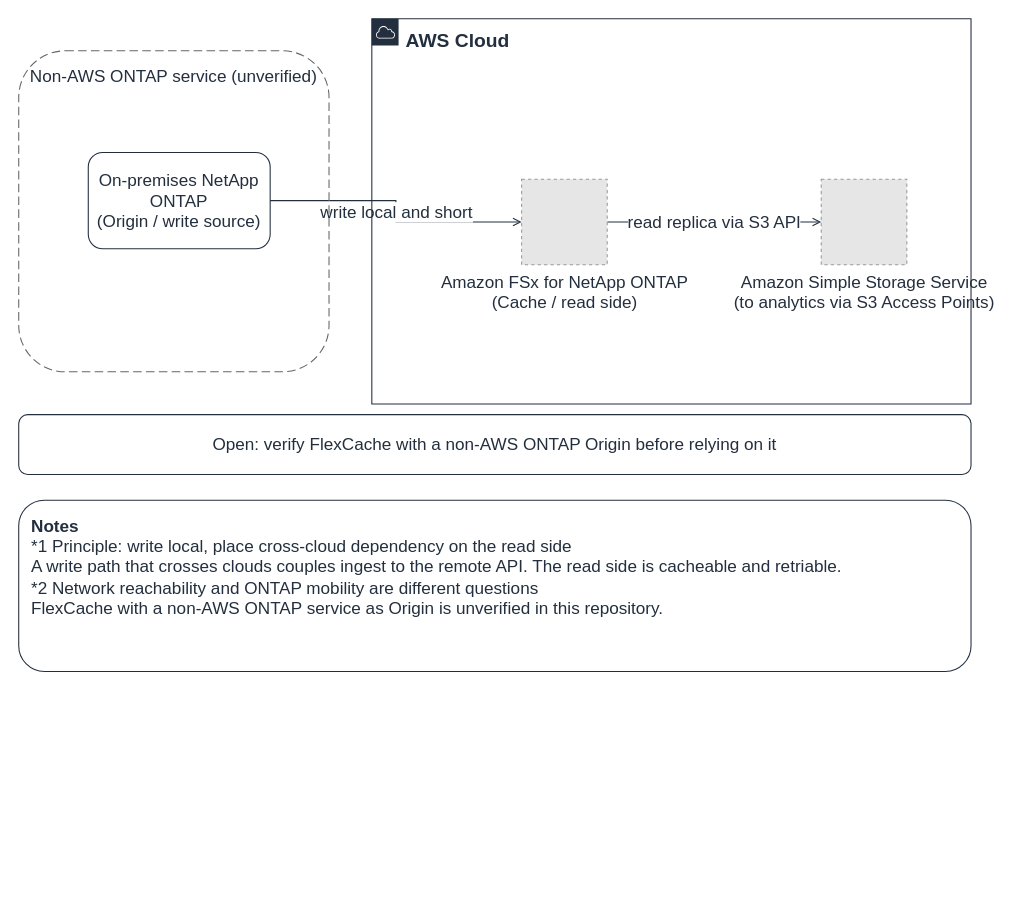
The draw.io diagram docs/_assets/diagrams/ai-hpc-cross-cloud-mobility-en.drawio in Yoshiki0705/FSx-for-ONTAP-Adoption-Playbook, before the edit. Source tidied: cells renumbered, new cells numbered last; positions are measured from the earlier drawing's top-left corner, leaving out a move shared by most shapes. Both pictures are drawn from the tidied source at 107%, with x=0, y=0 at pixel (18, 18). Pictures stored in the file or linked from it are replaced by grey dashed boxes.
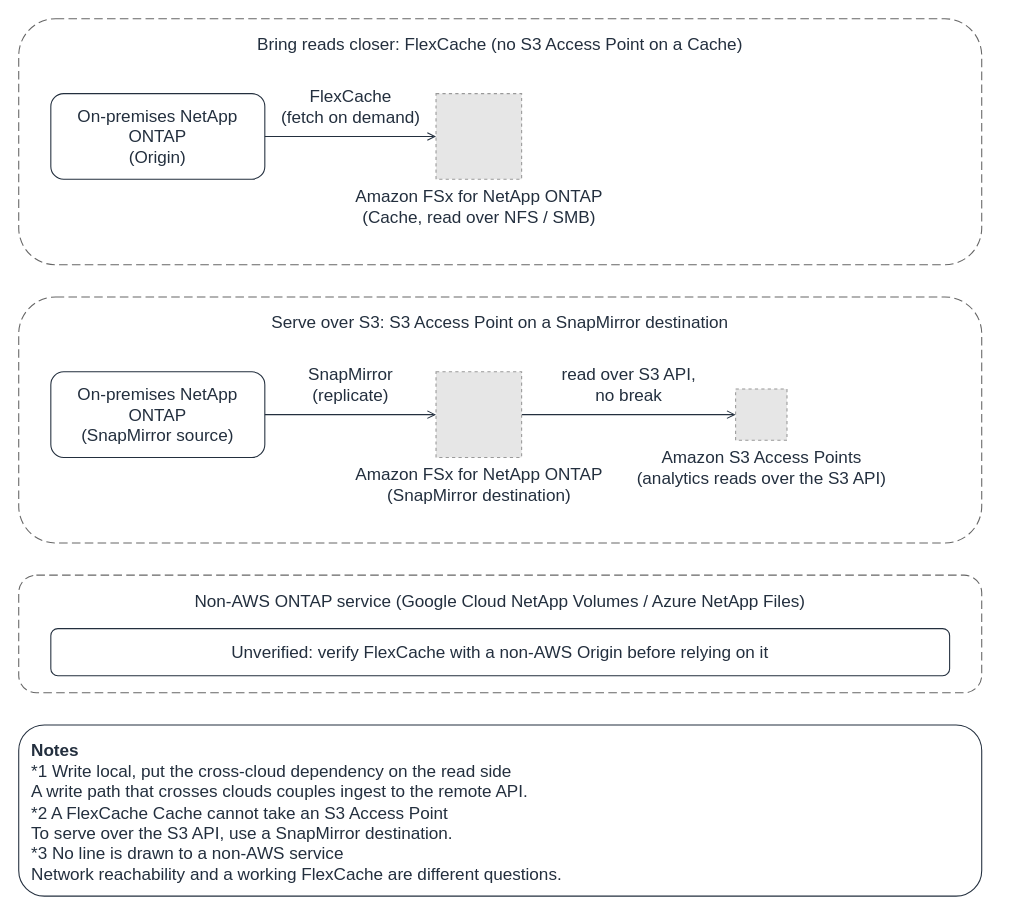
The same page after the edit.

The edit, as a diff of the source:
```diff
@@
 <mxGraphModel background="#FFFFFF">
   <root>
     <mxCell id="0" />
     <mxCell id="1" parent="0" />
-    <mxCell id="2" value="write local and short" style="edgeStyle=orthogonalEdgeStyle;rounded=0;html=1;endArrow=open;endFill=0;strokeColor=#232F3E;strokeWidth=1;fontSize=16;fontColor=#232F3E;labelBackgroundColor=#FFFFFF;exitX=1.0;exitY=0.5;exitDx=0;exitDy=0;entryX=0.0;entryY=0.5;entryDx=0;entryDy=0;" parent="1" edge="1" source="6" target="9">
-      <mxGeometry relative="1" as="geometry" />
+    <mxCell id="2" value="FlexCache&lt;br&gt;(fetch on demand)" style="edgeStyle=orthogonalEdgeStyle;rounded=0;html=1;endArrow=open;endFill=0;strokeColor=#232F3E;strokeWidth=1;fontSize=16;fontColor=#232F3E;labelBackgroundColor=#FFFFFF;exitX=1.0;exitY=0.5;exitDx=0;exitDy=0;entryX=0.0;entryY=0.5;entryDx=0;entryDy=0;" parent="1" edge="1" source="14" target="16">
+      <mxGeometry relative="1" as="geometry">
+        <mxPoint y="-28" as="offset" />
+      </mxGeometry>
     </mxCell>
-    <mxCell id="3" value="read replica via S3 API" style="edgeStyle=orthogonalEdgeStyle;rounded=0;html=1;endArrow=open;endFill=0;strokeColor=#232F3E;strokeWidth=1;fontSize=16;fontColor=#232F3E;labelBackgroundColor=#FFFFFF;exitX=1.0;exitY=0.5;exitDx=0;exitDy=0;entryX=0.0;entryY=0.5;entryDx=0;entryDy=0;" parent="1" edge="1" source="9" target="10">
-      <mxGeometry relative="1" as="geometry" />
+    <mxCell id="3" value="SnapMirror&lt;br&gt;(replicate)" style="edgeStyle=orthogonalEdgeStyle;rounded=0;html=1;endArrow=open;endFill=0;strokeColor=#232F3E;strokeWidth=1;fontSize=16;fontColor=#232F3E;labelBackgroundColor=#FFFFFF;exitX=1.0;exitY=0.5;exitDx=0;exitDy=0;entryX=0.0;entryY=0.5;entryDx=0;entryDy=0;" parent="1" edge="1" source="15" target="17">
+      <mxGeometry relative="1" as="geometry">
+        <mxPoint y="-28" as="offset" />
+      </mxGeometry>
     </mxCell>
-    <mxCell id="4" value="AWS Cloud" style="gradientColor=none;html=1;whiteSpace=wrap;fontSize=18;fontStyle=1;fontColor=#232F3E;shape=mxgraph.aws4.group;grIcon=mxgraph.aws4.group_aws_cloud;strokeColor=#232F3E;fillColor=none;verticalAlign=top;align=left;spacingLeft=30;spacingTop=4;dashed=0;labelBackgroundColor=#FFFFFF;" parent="1" vertex="1">
-      <mxGeometry x="330" width="560" height="360" as="geometry" />
-    </mxCell>
+    <mxCell id="11" value="read over S3 API,&lt;br&gt;no break" style="edgeStyle=orthogonalEdgeStyle;rounded=0;html=1;endArrow=open;endFill=0;strokeColor=#232F3E;strokeWidth=1;fontSize=16;fontColor=#232F3E;labelBackgroundColor=#FFFFFF;exitX=1.0;exitY=0.5;exitDx=0;exitDy=0;entryX=0.0;entryY=0.5;entryDx=0;entryDy=0;" parent="1" edge="1" source="17" target="18">
+      <mxGeometry relative="1" as="geometry">
+        <mxPoint y="-28" as="offset" />
+      </mxGeometry>
+    </mxCell>
+    <mxCell id="12" value="Bring reads closer: FlexCache (no S3 Access Point on a Cache)" style="rounded=1;whiteSpace=wrap;html=1;dashed=1;dashPattern=8 4;strokeColor=#666666;fillColor=none;fontColor=#232F3E;fontSize=16;verticalAlign=top;align=center;spacingTop=8;" parent="1" vertex="1">
+      <mxGeometry width="900" height="230" as="geometry" />
+    </mxCell>
+    <mxCell id="13" value="Serve over S3: S3 Access Point on a SnapMirror destination" style="rounded=1;whiteSpace=wrap;html=1;dashed=1;dashPattern=8 4;strokeColor=#666666;fillColor=none;fontColor=#232F3E;fontSize=16;verticalAlign=top;align=center;spacingTop=8;" parent="1" vertex="1">
+      <mxGeometry y="260" width="900" height="230" as="geometry" />
+    </mxCell>
-    <mxCell id="5" value="Non-AWS ONTAP service (unverified)" style="rounded=1;whiteSpace=wrap;html=1;dashed=1;dashPattern=8 4;strokeColor=#666666;fillColor=none;fontColor=#232F3E;fontSize=16;verticalAlign=top;align=center;spacingTop=8;" parent="1" vertex="1">
-      <mxGeometry y="30" width="290" height="300" as="geometry" />
+    <mxCell id="5" value="Non-AWS ONTAP service (Google Cloud NetApp Volumes / Azure NetApp Files)" style="rounded=1;whiteSpace=wrap;html=1;dashed=1;dashPattern=8 4;strokeColor=#666666;fillColor=none;fontColor=#232F3E;fontSize=16;verticalAlign=top;align=center;spacingTop=8;" parent="1" vertex="1">
+      <mxGeometry y="520" width="900" height="110" as="geometry" />
     </mxCell>
-    <mxCell id="6" value="On-premises NetApp ONTAP&lt;br&gt;(Origin / write source)" style="rounded=1;whiteSpace=wrap;html=1;strokeColor=#232F3E;fillColor=none;fontColor=#232F3E;fontSize=16;verticalAlign=middle;align=center;" parent="1" vertex="1">
-      <mxGeometry x="65" y="125" width="170" height="90" as="geometry" />
-    </mxCell>
+    <mxCell id="14" value="On-premises NetApp ONTAP&lt;br&gt;(Origin)" style="rounded=1;whiteSpace=wrap;html=1;strokeColor=#232F3E;fillColor=none;fontColor=#232F3E;fontSize=16;verticalAlign=middle;align=center;" parent="1" vertex="1">
+      <mxGeometry x="30" y="70" width="200" height="80" as="geometry" />
+    </mxCell>
+    <mxCell id="15" value="On-premises NetApp ONTAP&lt;br&gt;(SnapMirror source)" style="rounded=1;whiteSpace=wrap;html=1;strokeColor=#232F3E;fillColor=none;fontColor=#232F3E;fontSize=16;verticalAlign=middle;align=center;" parent="1" vertex="1">
+      <mxGeometry x="30" y="330" width="200" height="80" as="geometry" />
+    </mxCell>
-    <mxCell id="7" value="Open: verify FlexCache with a non-AWS ONTAP Origin before relying on it" style="rounded=1;whiteSpace=wrap;html=1;strokeColor=#232F3E;fillColor=none;fontColor=#232F3E;fontSize=16;verticalAlign=middle;align=center;" parent="1" vertex="1">
-      <mxGeometry y="370" width="890" height="56" as="geometry" />
+    <mxCell id="7" value="Unverified: verify FlexCache with a non-AWS Origin before relying on it" style="rounded=1;whiteSpace=wrap;html=1;strokeColor=#232F3E;fillColor=none;fontColor=#232F3E;fontSize=16;verticalAlign=middle;align=center;" parent="1" vertex="1">
+      <mxGeometry x="30" y="570" width="840" height="44" as="geometry" />
     </mxCell>
-    <mxCell id="8" value="&lt;b&gt;Notes&lt;/b&gt;&lt;br&gt;*1 Principle: write local, place cross-cloud dependency on the read side&lt;br&gt;A write path that crosses clouds couples ingest to the remote API. The read side is cacheable and retriable.&lt;br&gt;*2 Network reachability and ONTAP mobility are different questions&lt;br&gt;FlexCache with a non-AWS ONTAP service as Origin is unverified in this repository." style="rounded=1;whiteSpace=wrap;html=1;strokeColor=#232F3E;fillColor=none;fontColor=#232F3E;fontSize=16;verticalAlign=top;align=left;spacingLeft=10;spacingRight=10;spacingTop=8;" parent="1" vertex="1">
-      <mxGeometry y="450" width="890" height="160" as="geometry" />
+    <mxCell id="8" value="&lt;b&gt;Notes&lt;/b&gt;&lt;br&gt;*1 Write local, put the cross-cloud dependency on the read side&lt;br&gt;A write path that crosses clouds couples ingest to the remote API.&lt;br&gt;*2 A FlexCache Cache cannot take an S3 Access Point&lt;br&gt;To serve over the S3 API, use a SnapMirror destination.&lt;br&gt;*3 No line is drawn to a non-AWS service&lt;br&gt;Network reachability and a working FlexCache are different questions." style="rounded=1;whiteSpace=wrap;html=1;strokeColor=#232F3E;fillColor=none;fontColor=#232F3E;fontSize=16;verticalAlign=top;align=left;spacingLeft=10;spacingRight=10;spacingTop=8;" parent="1" vertex="1">
+      <mxGeometry y="660" width="900" height="160" as="geometry" />
     </mxCell>
-    <mxCell id="9" value="Amazon FSx for NetApp ONTAP&lt;br&gt;(Cache / read side)" style="fillColor=#E6E6E6;strokeColor=#999999;dashed=1;html=1;verticalLabelPosition=bottom;verticalAlign=top;labelPosition=center;align=center;fontSize=16;fontColor=#232F3E;" parent="1" vertex="1">
-      <mxGeometry x="470" y="150" width="80" height="80" as="geometry" />
-    </mxCell>
-    <mxCell id="10" value="Amazon Simple Storage Service&lt;br&gt;(to analytics via S3 Access Points)" style="fillColor=#E6E6E6;strokeColor=#999999;dashed=1;html=1;verticalLabelPosition=bottom;verticalAlign=top;labelPosition=center;align=center;fontSize=16;fontColor=#232F3E;" parent="1" vertex="1">
-      <mxGeometry x="750" y="150" width="80" height="80" as="geometry" />
-    </mxCell>
+    <mxCell id="16" value="Amazon FSx for NetApp ONTAP&lt;br&gt;(Cache, read over NFS / SMB)" style="fillColor=#E6E6E6;strokeColor=#999999;dashed=1;html=1;verticalLabelPosition=bottom;verticalAlign=top;labelPosition=center;align=center;fontSize=16;fontColor=#232F3E;" parent="1" vertex="1">
+      <mxGeometry x="390" y="70" width="80" height="80" as="geometry" />
+    </mxCell>
+    <mxCell id="17" value="Amazon FSx for NetApp ONTAP&lt;br&gt;(SnapMirror destination)" style="fillColor=#E6E6E6;strokeColor=#999999;dashed=1;html=1;verticalLabelPosition=bottom;verticalAlign=top;labelPosition=center;align=center;fontSize=16;fontColor=#232F3E;" parent="1" vertex="1">
+      <mxGeometry x="390" y="330" width="80" height="80" as="geometry" />
+    </mxCell>
+    <mxCell id="18" value="Amazon S3 Access Points&lt;br&gt;(analytics reads over the S3 API)" style="fillColor=#E6E6E6;strokeColor=#999999;dashed=1;html=1;verticalLabelPosition=bottom;verticalAlign=top;labelPosition=center;align=center;fontSize=16;fontColor=#232F3E;" parent="1" vertex="1">
+      <mxGeometry x="670" y="346" width="48" height="48" as="geometry" />
+    </mxCell>
   </root>
 </mxGraphModel>
```
